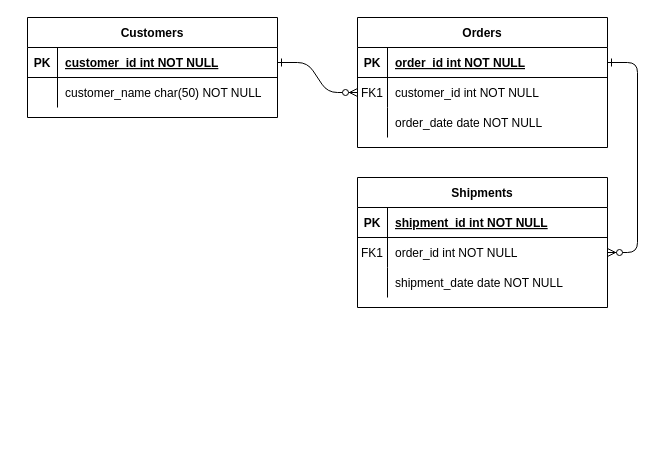
The draw.io diagram 未命名绘图.drawio in MuMu0222/first-meet-c-, before the edit. Source tidied: cells renumbered, new cells numbered last; positions are measured from the earlier drawing's top-left corner, leaving out a move shared by most shapes. Both pictures are drawn from the tidied source at 100%, with x=0, y=0 at pixel (27, 17).
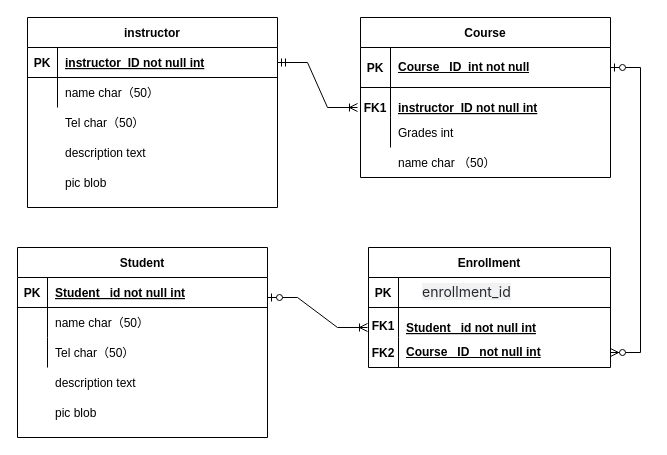
After the change.

Unchanged cells that the change refers to:
```xml
<mxCell id="15" style="shape=partialRectangle;fillColor=none;top=0;left=0;right=0;bottom=1;" parent="14" vertex="1">
  <mxGeometry y="30" width="250" height="30" as="geometry" />
</mxCell>
<mxCell id="18" style="shape=partialRectangle;fillColor=none;points=[[0,0.5],[1,0.5]];portConstraint=eastwest;top=0;left=0;right=0;bottom=0;" parent="14" vertex="1">
  <mxGeometry y="60" width="250" height="30" as="geometry" />
</mxCell>
<mxCell id="21" style="shape=partialRectangle;fillColor=none;top=0;left=0;right=0;bottom=0;" parent="14" vertex="1">
  <mxGeometry y="90" width="250" height="30" as="geometry" />
</mxCell>
<mxCell id="25" style="shape=partialRectangle;fillColor=none;points=[[0,0.5],[1,0.5]];portConstraint=eastwest;top=0;left=0;right=0;bottom=1;" parent="24" vertex="1">
  <mxGeometry y="30" width="250" height="30" as="geometry" />
</mxCell>
<mxCell id="28" style="shape=partialRectangle;fillColor=none;top=0;left=0;right=0;bottom=0;" parent="24" vertex="1">
  <mxGeometry y="60" width="250" height="30" as="geometry" />
</mxCell>
```

The edit, as a diff of the source:
```diff
@@
-    <mxCell id="2" style="edgeStyle=entityRelationEdgeStyle;endArrow=ERzeroToMany;startArrow=ERone;endFill=1;startFill=0;" parent="1" edge="1" source="25" target="8">
-      <mxGeometry relative="1" as="geometry" />
-    </mxCell>
-    <mxCell id="3" style="edgeStyle=entityRelationEdgeStyle;endArrow=ERzeroToMany;startArrow=ERone;endFill=1;startFill=0;" parent="1" edge="1" source="5" target="18">
-      <mxGeometry relative="1" as="geometry" />
-    </mxCell>
-    <mxCell id="4" value="Orders" style="shape=table;startSize=30;childLayout=tableLayout;rowLines=0;fontStyle=1;align=center;" parent="1" vertex="1">
-      <mxGeometry x="330" width="250" height="130" as="geometry" />
+    <mxCell id="4" value="Course" style="shape=table;startSize=30;childLayout=tableLayout;rowLines=0;fontStyle=1;align=center;" parent="1" vertex="1">
+      <mxGeometry x="333" width="250" height="160" as="geometry" />
     </mxCell>
     <mxCell id="5" style="shape=partialRectangle;fillColor=none;points=[[0,0.5],[1,0.5]];portConstraint=eastwest;top=0;left=0;right=0;bottom=1;" parent="4" vertex="1">
-      <mxGeometry y="30" width="250" height="30" as="geometry" />
+      <mxGeometry y="30" width="250" height="40" as="geometry" />
     </mxCell>
     <mxCell id="6" value="PK" style="shape=partialRectangle;overflow=hidden;fillColor=none;top=0;left=0;bottom=0;right=0;fontStyle=1;" parent="5" vertex="1">
-      <mxGeometry width="30" height="30" as="geometry" />
+      <mxGeometry width="30" height="40" as="geometry" />
     </mxCell>
-    <mxCell id="7" value="order_id int NOT NULL " style="shape=partialRectangle;overflow=hidden;fillColor=none;top=0;left=0;bottom=0;right=0;align=left;spacingLeft=6;fontStyle=5;" parent="5" vertex="1">
-      <mxGeometry x="30" width="220" height="30" as="geometry" />
+    <mxCell id="7" value="Course _ID  int not null" style="shape=partialRectangle;overflow=hidden;fillColor=none;top=0;left=0;bottom=0;right=0;align=left;spacingLeft=6;fontStyle=5;whiteSpace=wrap;" parent="5" vertex="1">
+      <mxGeometry x="30" width="220" height="40" as="geometry" />
     </mxCell>
     <mxCell id="8" style="shape=partialRectangle;fillColor=none;points=[[0,0.5],[1,0.5]];portConstraint=eastwest;top=0;left=0;right=0;bottom=0;" parent="4" vertex="1">
-      <mxGeometry y="60" width="250" height="30" as="geometry" />
+      <mxGeometry y="70" width="250" height="30" as="geometry" />
     </mxCell>
-    <mxCell id="9" value="FK1" style="shape=partialRectangle;overflow=hidden;fillColor=none;top=0;left=0;bottom=0;right=0;" parent="8" vertex="1">
+    <mxCell id="9" style="shape=partialRectangle;overflow=hidden;fillColor=none;top=0;left=0;bottom=0;right=0;" parent="8" vertex="1">
       <mxGeometry width="30" height="30" as="geometry" />
     </mxCell>
-    <mxCell id="10" value="customer_id int NOT NULL" style="shape=partialRectangle;overflow=hidden;fillColor=none;top=0;left=0;bottom=0;right=0;align=left;spacingLeft=6;" parent="8" vertex="1">
+    <mxCell id="10" style="shape=partialRectangle;overflow=hidden;fillColor=none;top=0;left=0;bottom=0;right=0;align=left;spacingLeft=6;" parent="8" vertex="1">
       <mxGeometry x="30" width="220" height="30" as="geometry" />
     </mxCell>
     <mxCell id="11" style="shape=partialRectangle;fillColor=none;top=0;left=0;right=0;bottom=0;" parent="4" vertex="1">
-      <mxGeometry y="90" width="250" height="30" as="geometry" />
+      <mxGeometry y="100" width="250" height="30" as="geometry" />
     </mxCell>
@@
-    <mxCell id="13" value="order_date date NOT NULL" style="shape=partialRectangle;overflow=hidden;fillColor=none;top=0;left=0;bottom=0;right=0;align=left;spacingLeft=6;" parent="11" vertex="1">
+    <mxCell id="13" value="Grades int " style="shape=partialRectangle;overflow=hidden;fillColor=none;top=0;left=0;bottom=0;right=0;align=left;spacingLeft=6;" parent="11" vertex="1">
       <mxGeometry x="30" width="220" height="30" as="geometry" />
     </mxCell>
-    <mxCell id="14" value="Shipments" style="shape=table;startSize=30;childLayout=tableLayout;rowLines=0;fontStyle=1;align=center;" parent="1" vertex="1">
-      <mxGeometry x="330" y="160" width="250" height="130" as="geometry" />
+    <mxCell id="14" value="Student" style="shape=table;startSize=30;childLayout=tableLayout;rowLines=0;fontStyle=1;align=center;" parent="1" vertex="1">
+      <mxGeometry x="-10" y="230" width="250" height="190" as="geometry" />
     </mxCell>
@@
-    <mxCell id="17" value="shipment_id int NOT NULL " style="shape=partialRectangle;overflow=hidden;fillColor=none;top=0;left=0;bottom=0;right=0;align=left;spacingLeft=6;fontStyle=5;" parent="15" vertex="1">
+    <mxCell id="17" style="shape=partialRectangle;overflow=hidden;fillColor=none;top=0;left=0;bottom=0;right=0;align=left;spacingLeft=6;fontStyle=5;" parent="15" vertex="1">
       <mxGeometry x="30" width="220" height="30" as="geometry" />
     </mxCell>
@@
-    <mxCell id="19" value="FK1" style="shape=partialRectangle;overflow=hidden;fillColor=none;top=0;left=0;bottom=0;right=0;" parent="18" vertex="1">
+    <mxCell id="19" style="shape=partialRectangle;overflow=hidden;fillColor=none;top=0;left=0;bottom=0;right=0;" parent="18" vertex="1">
       <mxGeometry width="30" height="30" as="geometry" />
     </mxCell>
-    <mxCell id="20" value="order_id int NOT NULL" style="shape=partialRectangle;overflow=hidden;fillColor=none;top=0;left=0;bottom=0;right=0;align=left;spacingLeft=6;" parent="18" vertex="1">
+    <mxCell id="20" style="shape=partialRectangle;overflow=hidden;fillColor=none;top=0;left=0;bottom=0;right=0;align=left;spacingLeft=6;" parent="18" vertex="1">
       <mxGeometry x="30" width="220" height="30" as="geometry" />
     </mxCell>
@@
-    <mxCell id="23" value="shipment_date date NOT NULL" style="shape=partialRectangle;overflow=hidden;fillColor=none;top=0;left=0;bottom=0;right=0;align=left;spacingLeft=6;" parent="21" vertex="1">
+    <mxCell id="23" style="shape=partialRectangle;overflow=hidden;fillColor=none;top=0;left=0;bottom=0;right=0;align=left;spacingLeft=6;" parent="21" vertex="1">
       <mxGeometry x="30" width="220" height="30" as="geometry" />
     </mxCell>
-    <mxCell id="24" value="Customers" style="shape=table;startSize=30;childLayout=tableLayout;rowLines=0;fontStyle=1;align=center;" parent="1" vertex="1">
-      <mxGeometry width="250" height="100" as="geometry" />
+    <mxCell id="24" value="instructor" style="shape=table;startSize=30;childLayout=tableLayout;rowLines=0;fontStyle=1;align=center;" parent="1" vertex="1">
+      <mxGeometry width="250" height="190" as="geometry" />
     </mxCell>
@@
-    <mxCell id="27" value="customer_id int NOT NULL " style="shape=partialRectangle;overflow=hidden;fillColor=none;top=0;left=0;bottom=0;right=0;align=left;spacingLeft=6;fontStyle=5;" parent="25" vertex="1">
+    <mxCell id="27" value="instructor_ID not null int" style="shape=partialRectangle;overflow=hidden;fillColor=none;top=0;left=0;bottom=0;right=0;align=left;spacingLeft=6;fontStyle=5;" parent="25" vertex="1">
       <mxGeometry x="30" width="220" height="30" as="geometry" />
     </mxCell>
@@
-    <mxCell id="30" value="customer_name char(50) NOT NULL" style="shape=partialRectangle;overflow=hidden;fillColor=none;top=0;left=0;bottom=0;right=0;align=left;spacingLeft=6;" parent="28" vertex="1">
+    <mxCell id="30" style="shape=partialRectangle;overflow=hidden;fillColor=none;top=0;left=0;bottom=0;right=0;align=left;spacingLeft=6;" parent="28" vertex="1">
       <mxGeometry x="30" width="220" height="30" as="geometry" />
     </mxCell>
+    <mxCell id="31" value="name char（50）" style="shape=partialRectangle;overflow=hidden;fillColor=none;top=0;left=0;bottom=0;right=0;align=left;spacingLeft=6;" parent="1" vertex="1">
+      <mxGeometry x="30" y="60" width="220" height="30" as="geometry" />
+    </mxCell>
+    <mxCell id="32" value="Tel char（50）" style="shape=partialRectangle;overflow=hidden;fillColor=none;top=0;left=0;bottom=0;right=0;align=left;spacingLeft=6;" parent="1" vertex="1">
+      <mxGeometry x="30" y="90" width="220" height="30" as="geometry" />
+    </mxCell>
+    <mxCell id="33" value="description text" style="shape=partialRectangle;overflow=hidden;fillColor=none;top=0;left=0;bottom=0;right=0;align=left;spacingLeft=6;" parent="1" vertex="1">
+      <mxGeometry x="30" y="120" width="220" height="30" as="geometry" />
+    </mxCell>
+    <mxCell id="34" value="pic blob" style="shape=partialRectangle;overflow=hidden;fillColor=none;top=0;left=0;bottom=0;right=0;align=left;spacingLeft=6;" parent="1" vertex="1">
+      <mxGeometry x="30" y="150" width="220" height="30" as="geometry" />
+    </mxCell>
+    <mxCell id="35" value="FK1" style="shape=partialRectangle;overflow=hidden;fillColor=none;top=0;left=0;bottom=0;right=0;fontStyle=1;" parent="1" vertex="1">
+      <mxGeometry x="333" y="70" width="30" height="40" as="geometry" />
+    </mxCell>
+    <mxCell id="36" value="instructor_ID not null int" style="shape=partialRectangle;overflow=hidden;fillColor=none;top=0;left=0;bottom=0;right=0;align=left;spacingLeft=6;fontStyle=5;" parent="1" vertex="1">
+      <mxGeometry x="363" y="75" width="220" height="30" as="geometry" />
+    </mxCell>
+    <mxCell id="37" value="Student _id not null int" style="shape=partialRectangle;overflow=hidden;fillColor=none;top=0;left=0;bottom=0;right=0;align=left;spacingLeft=6;fontStyle=5;" parent="1" vertex="1">
+      <mxGeometry x="20" y="260" width="220" height="30" as="geometry" />
+    </mxCell>
+    <mxCell id="38" value="name char（50）" style="shape=partialRectangle;overflow=hidden;fillColor=none;top=0;left=0;bottom=0;right=0;align=left;spacingLeft=6;" parent="1" vertex="1">
+      <mxGeometry x="20" y="290" width="220" height="30" as="geometry" />
+    </mxCell>
+    <mxCell id="39" value="Tel char（50）" style="shape=partialRectangle;overflow=hidden;fillColor=none;top=0;left=0;bottom=0;right=0;align=left;spacingLeft=6;" parent="1" vertex="1">
+      <mxGeometry x="20" y="320" width="220" height="30" as="geometry" />
+    </mxCell>
+    <mxCell id="40" value="description text" style="shape=partialRectangle;overflow=hidden;fillColor=none;top=0;left=0;bottom=0;right=0;align=left;spacingLeft=6;" parent="1" vertex="1">
+      <mxGeometry x="20" y="350" width="220" height="30" as="geometry" />
+    </mxCell>
+    <mxCell id="41" value="pic blob" style="shape=partialRectangle;overflow=hidden;fillColor=none;top=0;left=0;bottom=0;right=0;align=left;spacingLeft=6;" parent="1" vertex="1">
+      <mxGeometry x="20" y="380" width="220" height="30" as="geometry" />
+    </mxCell>
+    <mxCell id="42" style="edgeStyle=entityRelationEdgeStyle;fontSize=12;html=1;endArrow=ERoneToMany;startArrow=ERmandOne;rounded=0;exitX=1;exitY=0.5;exitDx=0;exitDy=0;" parent="1" edge="1" source="25">
+      <mxGeometry relative="1" as="geometry">
+        <mxPoint x="330" y="90" as="targetPoint" />
+      </mxGeometry>
+    </mxCell>
+    <mxCell id="43" value="Enrollment" style="shape=table;startSize=30;childLayout=tableLayout;rowLines=0;fontStyle=1;align=center;" parent="1" vertex="1">
+      <mxGeometry x="341" y="230" width="242" height="120" as="geometry" />
+    </mxCell>
+    <mxCell id="44" style="shape=partialRectangle;fillColor=none;top=0;left=0;right=0;bottom=1;" parent="43" vertex="1">
+      <mxGeometry y="30" width="242" height="30" as="geometry" />
+    </mxCell>
+    <mxCell id="45" value="PK" style="shape=partialRectangle;overflow=hidden;fillColor=none;top=0;left=0;bottom=0;right=0;fontStyle=1;" parent="44" vertex="1">
+      <mxGeometry width="30" height="30" as="geometry" />
+    </mxCell>
+    <mxCell id="46" style="shape=partialRectangle;overflow=hidden;fillColor=none;top=0;left=0;bottom=0;right=0;align=left;spacingLeft=6;fontStyle=5;" parent="44" vertex="1">
+      <mxGeometry x="30" width="212" height="30" as="geometry" />
+    </mxCell>
+    <mxCell id="47" style="shape=partialRectangle;fillColor=none;top=0;left=0;right=0;bottom=0;" parent="43" vertex="1">
+      <mxGeometry y="60" width="242" height="30" as="geometry" />
+    </mxCell>
+    <mxCell id="48" style="shape=partialRectangle;overflow=hidden;fillColor=none;top=0;left=0;bottom=0;right=0;" parent="47" vertex="1">
+      <mxGeometry width="30" height="30" as="geometry" />
+    </mxCell>
+    <mxCell id="49" style="shape=partialRectangle;overflow=hidden;fillColor=none;top=0;left=0;bottom=0;right=0;align=left;spacingLeft=6;" parent="47" vertex="1">
+      <mxGeometry x="30" width="212" height="30" as="geometry" />
+    </mxCell>
+    <mxCell id="50" style="shape=partialRectangle;fillColor=none;points=[[0,0.5],[1,0.5]];portConstraint=eastwest;top=0;left=0;right=0;bottom=0;" parent="43" vertex="1">
+      <mxGeometry y="90" width="242" height="30" as="geometry" />
+    </mxCell>
+    <mxCell id="51" style="shape=partialRectangle;overflow=hidden;fillColor=none;top=0;left=0;bottom=0;right=0;" parent="50" vertex="1">
+      <mxGeometry width="30" height="30" as="geometry" />
+    </mxCell>
+    <mxCell id="52" style="shape=partialRectangle;overflow=hidden;fillColor=none;top=0;left=0;bottom=0;right=0;align=left;spacingLeft=6;" parent="50" vertex="1">
+      <mxGeometry x="30" width="212" height="30" as="geometry" />
+    </mxCell>
+    <mxCell id="53" value="&lt;span style=&quot;color: rgb(36, 41, 47); font-family: &amp;quot;Microsoft Yahei&amp;quot;, &amp;quot;PingFang SC&amp;quot;, &amp;quot;SF Pro SC&amp;quot;, &amp;quot;SF Pro Text&amp;quot;, &amp;quot;SF Pro Icons&amp;quot;, &amp;quot;Helvetica Neue&amp;quot;, Helvetica, Arial, sans-serif; font-size: 14px; font-style: normal; font-variant-ligatures: normal; font-variant-caps: normal; font-weight: 400; letter-spacing: normal; orphans: 2; text-align: left; text-indent: 0px; text-transform: none; widows: 2; word-spacing: 0px; -webkit-text-stroke-width: 0px; background-color: rgba(0, 0, 0, 0.05); text-decoration-thickness: initial; text-decoration-style: initial; text-decoration-color: initial; float: none; display: inline !important;&quot;&gt;enrollment_id&lt;/span&gt;" style="text;whiteSpace=wrap;html=1;" parent="1" vertex="1">
+      <mxGeometry x="393" y="260" width="130" height="40" as="geometry" />
+    </mxCell>
+    <mxCell id="54" value="Student _id not null int" style="shape=partialRectangle;overflow=hidden;fillColor=none;top=0;left=0;bottom=0;right=0;align=left;spacingLeft=6;fontStyle=5;" parent="1" vertex="1">
+      <mxGeometry x="371" y="295" width="220" height="30" as="geometry" />
+    </mxCell>
+    <mxCell id="55" value="FK1" style="shape=partialRectangle;overflow=hidden;fillColor=none;top=0;left=0;bottom=0;right=0;fontStyle=1;" parent="1" vertex="1">
+      <mxGeometry x="341" y="295" width="30" height="25" as="geometry" />
+    </mxCell>
+    <mxCell id="56" value="FK2" style="shape=partialRectangle;overflow=hidden;fillColor=none;top=0;left=0;bottom=0;right=0;fontStyle=1;" parent="1" vertex="1">
+      <mxGeometry x="341" y="315" width="30" height="40" as="geometry" />
+    </mxCell>
+    <mxCell id="57" value="Course _ID   not null int" style="shape=partialRectangle;overflow=hidden;fillColor=none;top=0;left=0;bottom=0;right=0;align=left;spacingLeft=6;fontStyle=5;whiteSpace=wrap;" parent="1" vertex="1">
+      <mxGeometry x="371" y="315" width="212" height="40" as="geometry" />
+    </mxCell>
+    <mxCell id="58" style="edgeStyle=entityRelationEdgeStyle;fontSize=12;html=1;endArrow=ERzeroToMany;startArrow=ERzeroToOne;rounded=0;exitX=1;exitY=0.5;exitDx=0;exitDy=0;" parent="1" edge="1" source="5" target="50">
+      <mxGeometry relative="1" as="geometry">
+        <Array as="points">
+          <mxPoint x="670" y="410" />
+        </Array>
+      </mxGeometry>
+    </mxCell>
+    <mxCell id="59" style="edgeStyle=entityRelationEdgeStyle;fontSize=12;html=1;endArrow=ERoneToMany;startArrow=ERzeroToOne;rounded=0;" parent="1" edge="1">
+      <mxGeometry relative="1" as="geometry">
+        <mxPoint x="240" y="280" as="sourcePoint" />
+        <mxPoint x="340" y="310" as="targetPoint" />
+      </mxGeometry>
+    </mxCell>
+    <mxCell id="60" value="name char （50）" style="shape=partialRectangle;overflow=hidden;fillColor=none;top=0;left=0;bottom=0;right=0;align=left;spacingLeft=6;" parent="1" vertex="1">
+      <mxGeometry x="363" y="130" width="220" height="30" as="geometry" />
+    </mxCell>
```
